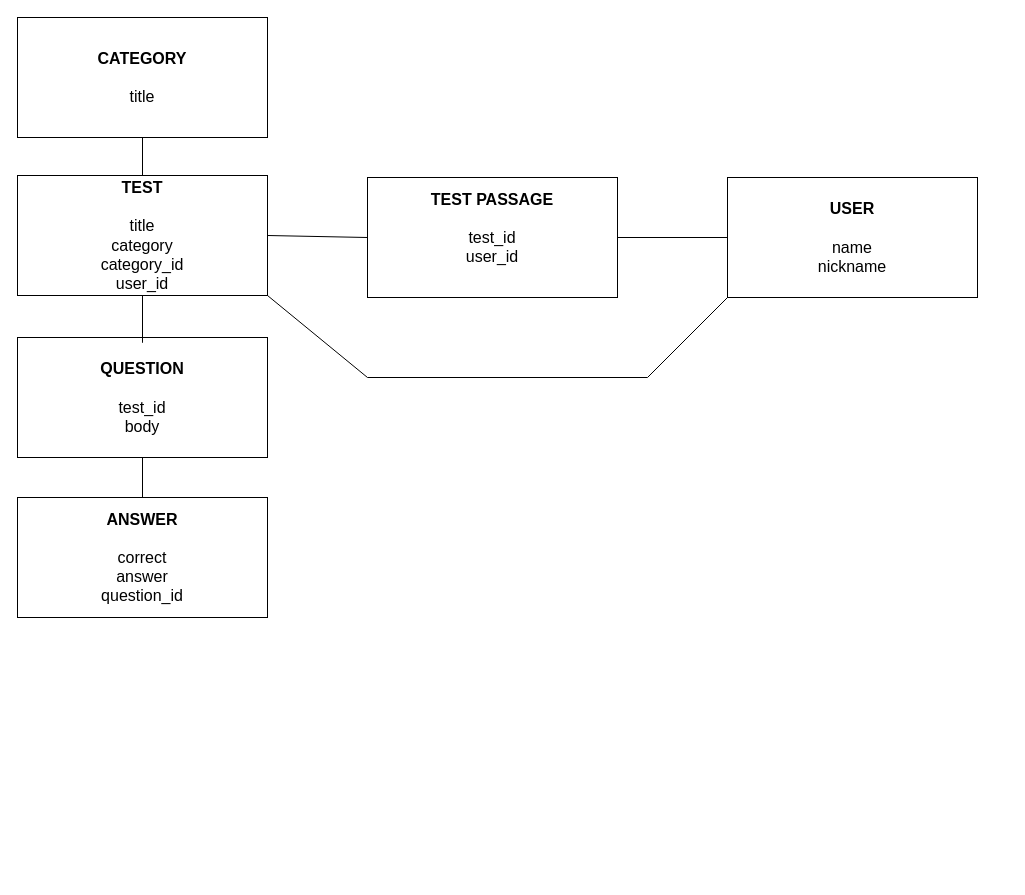
This is Untitled Diagram.drawio from Spola1/test-guru, a draw.io file, before an edit. Source tidied: cells renumbered, new cells numbered last; positions are measured from the earlier drawing's top-left corner, leaving out a move shared by most shapes. Both pictures are drawn from the tidied source at 100%, with x=0, y=0 at pixel (17, 17).
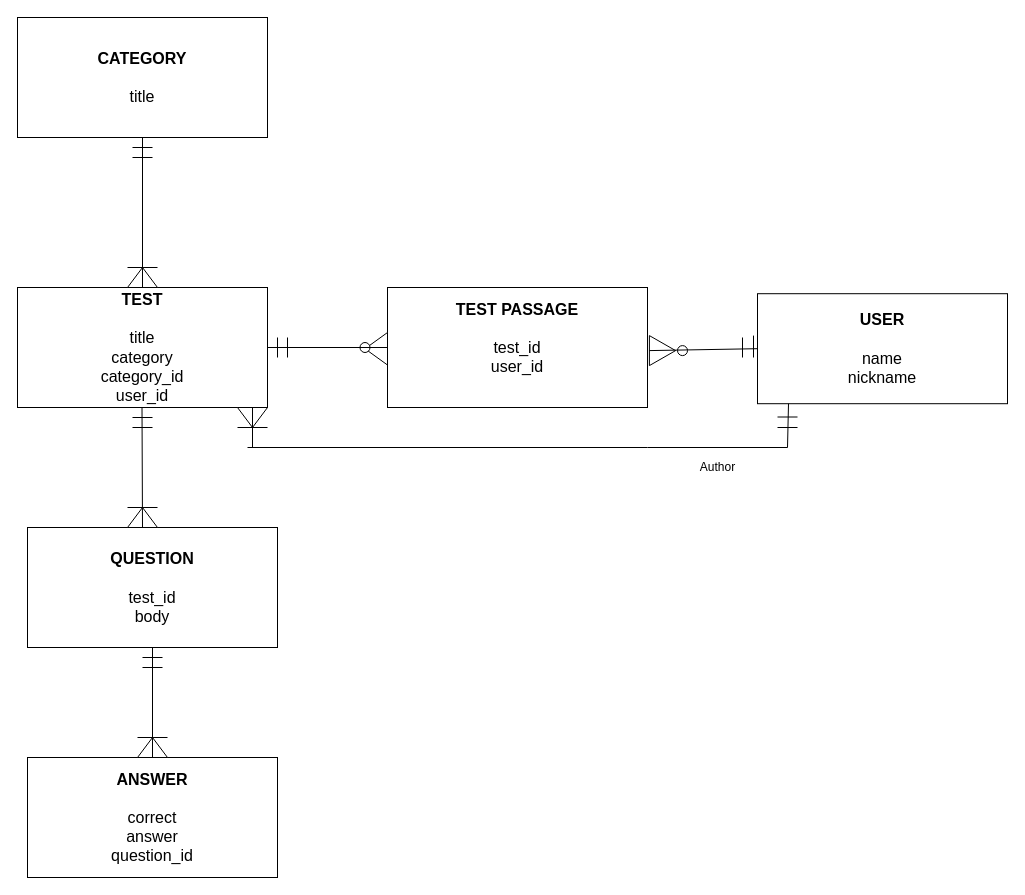
The same diagram, later.

The change refers to these unchanged cells:
```xml
<mxCell id="4" value="&lt;font style=&quot;font-size: 16px&quot;&gt;&lt;font style=&quot;font-size: 16px&quot;&gt;&lt;b&gt;CATEGORY&lt;/b&gt;&lt;br&gt;&lt;/font&gt;&lt;br&gt;&lt;font style=&quot;font-size: 16px&quot;&gt;title&lt;/font&gt;&lt;/font&gt;" style="rounded=0;whiteSpace=wrap;html=1;" parent="1" vertex="1">
  <mxGeometry width="250" height="120" as="geometry" />
</mxCell>
```

What changed in the source:
```diff
@@
     <mxCell id="2" value="&lt;font style=&quot;font-size: 16px&quot;&gt;&lt;b&gt;TEST PASSAGE&lt;/b&gt;&lt;br&gt;&lt;br&gt;test_id&lt;br&gt;user_id&lt;br&gt;&lt;br&gt;&lt;/font&gt;" style="rounded=0;whiteSpace=wrap;html=1;" parent="1" vertex="1">
-      <mxGeometry x="350" y="160" width="250" height="120" as="geometry" />
+      <mxGeometry x="370" y="270" width="260" height="120" as="geometry" />
     </mxCell>
     <mxCell id="3" value="&lt;font style=&quot;font-size: 16px&quot;&gt;&lt;span style=&quot;font-weight: bold&quot;&gt;TEST&lt;/span&gt;&lt;br&gt;&lt;br&gt;&lt;font style=&quot;font-size: 16px&quot;&gt;title&lt;br&gt;&lt;/font&gt;category&lt;br&gt;category_id&lt;br&gt;user_id&lt;br&gt;&lt;/font&gt;" style="rounded=0;whiteSpace=wrap;html=1;" parent="1" vertex="1">
-      <mxGeometry y="158" width="250" height="120" as="geometry" />
+      <mxGeometry y="270" width="250" height="120" as="geometry" />
     </mxCell>
@@
     <mxCell id="5" value="&lt;span style=&quot;font-size: 16px&quot;&gt;&lt;font style=&quot;font-size: 16px&quot;&gt;&lt;b&gt;QUESTION&lt;/b&gt;&lt;br&gt;&lt;br&gt;test_id&lt;br&gt;body&lt;br&gt;&lt;/font&gt;&lt;/span&gt;" style="rounded=0;whiteSpace=wrap;html=1;" parent="1" vertex="1">
-      <mxGeometry y="320" width="250" height="120" as="geometry" />
+      <mxGeometry x="10" y="510" width="250" height="120" as="geometry" />
     </mxCell>
     <mxCell id="6" value="&lt;font style=&quot;font-size: 16px&quot;&gt;&lt;b&gt;ANSWER&lt;/b&gt;&lt;br&gt;&lt;br&gt;correct&lt;br&gt;answer&lt;br&gt;question_id&lt;br&gt;&lt;/font&gt;" style="rounded=0;whiteSpace=wrap;html=1;" parent="1" vertex="1">
-      <mxGeometry y="480" width="250" height="120" as="geometry" />
+      <mxGeometry x="10" y="740" width="250" height="120" as="geometry" />
     </mxCell>
     <mxCell id="7" value="&lt;font style=&quot;font-size: 16px&quot;&gt;&lt;b&gt;USER&lt;/b&gt;&lt;br&gt;&lt;br&gt;name&lt;br&gt;nickname&lt;br&gt;&lt;/font&gt;" style="rounded=0;whiteSpace=wrap;html=1;" parent="1" vertex="1">
-      <mxGeometry x="710" y="160" width="250" height="120" as="geometry" />
+      <mxGeometry x="740" y="276.2" width="250" height="110" as="geometry" />
     </mxCell>
-    <mxCell id="8" style="endArrow=none;html=1;fontSize=25;entryX=0.5;entryY=1;entryDx=0;entryDy=0;exitX=0.5;exitY=0;exitDx=0;exitDy=0;" parent="1" edge="1" source="3" target="4">
-      <mxGeometry relative="1" as="geometry" />
-    </mxCell>
-    <mxCell id="9" style="endArrow=none;html=1;fontSize=25;entryX=0.5;entryY=1;entryDx=0;entryDy=0;" parent="1" edge="1" target="3">
-      <mxGeometry relative="1" as="geometry">
-        <mxPoint x="125" y="278" as="sourcePoint" />
-        <Array as="points">
-          <mxPoint x="125" y="330" />
-        </Array>
-      </mxGeometry>
-    </mxCell>
-    <mxCell id="10" style="endArrow=none;html=1;fontSize=25;entryX=0.5;entryY=1;entryDx=0;entryDy=0;exitX=0.5;exitY=0;exitDx=0;exitDy=0;" parent="1" edge="1" source="6" target="5">
-      <mxGeometry relative="1" as="geometry" />
-    </mxCell>
-    <mxCell id="11" style="endArrow=none;html=1;fontSize=25;exitX=1;exitY=0.5;exitDx=0;exitDy=0;entryX=0;entryY=0.5;entryDx=0;entryDy=0;" parent="1" edge="1" source="3" target="2">
-      <mxGeometry relative="1" as="geometry" />
-    </mxCell>
-    <mxCell id="12" style="endArrow=none;html=1;fontSize=25;exitX=1;exitY=0.5;exitDx=0;exitDy=0;entryX=0;entryY=0.5;entryDx=0;entryDy=0;" parent="1" edge="1" source="2" target="7">
-      <mxGeometry relative="1" as="geometry" />
-    </mxCell>
-    <mxCell id="13" style="endArrow=none;html=1;fontSize=25;entryX=1;entryY=1;entryDx=0;entryDy=0;" parent="1" edge="1" target="3">
-      <mxGeometry relative="1" as="geometry">
-        <mxPoint x="350" y="360" as="sourcePoint" />
-      </mxGeometry>
-    </mxCell>
     <mxCell id="14" style="endArrow=none;html=1;fontSize=25;" parent="1" edge="1">
       <mxGeometry relative="1" as="geometry">
-        <mxPoint x="350" y="360" as="sourcePoint" />
-        <mxPoint x="630" y="360" as="targetPoint" />
+        <mxPoint x="230" y="430" as="sourcePoint" />
+        <mxPoint x="630" y="430" as="targetPoint" />
       </mxGeometry>
     </mxCell>
-    <mxCell id="15" style="endArrow=none;html=1;fontSize=25;entryX=0;entryY=1;entryDx=0;entryDy=0;" parent="1" edge="1" target="7">
+    <mxCell id="15" style="endArrow=none;html=1;fontSize=25;" parent="1" edge="1">
       <mxGeometry relative="1" as="geometry">
-        <mxPoint x="630" y="360" as="sourcePoint" />
+        <mxPoint x="630" y="430" as="sourcePoint" />
+        <mxPoint x="770" y="430" as="targetPoint" />
       </mxGeometry>
     </mxCell>
+    <mxCell id="16" style="endArrow=none;html=1;" parent="1" edge="1">
+      <mxGeometry relative="1" as="geometry">
+        <mxPoint x="115" y="140" as="sourcePoint" />
+        <mxPoint x="135" y="140" as="targetPoint" />
+      </mxGeometry>
+    </mxCell>
+    <mxCell id="17" style="endArrow=none;html=1;" parent="1" edge="1">
+      <mxGeometry relative="1" as="geometry">
+        <mxPoint x="115" y="130" as="sourcePoint" />
+        <mxPoint x="135" y="130" as="targetPoint" />
+      </mxGeometry>
+    </mxCell>
+    <mxCell id="18" style="verticalLabelPosition=bottom;verticalAlign=top;html=1;shape=mxgraph.basic.acute_triangle;dx=0.5;" parent="1" vertex="1">
+      <mxGeometry x="110" y="250" width="30" height="20" as="geometry" />
+    </mxCell>
+    <mxCell id="19" style="endArrow=none;html=1;entryX=0.5;entryY=1;entryDx=0;entryDy=0;exitX=0.5;exitY=1;exitDx=0;exitDy=0;exitPerimeter=0;" parent="1" edge="1" source="18" target="4">
+      <mxGeometry relative="1" as="geometry" />
+    </mxCell>
+    <mxCell id="20" style="endArrow=none;html=1;" parent="1" edge="1">
+      <mxGeometry relative="1" as="geometry">
+        <mxPoint x="140" y="250" as="sourcePoint" />
+        <mxPoint x="110" y="250" as="targetPoint" />
+      </mxGeometry>
+    </mxCell>
+    <mxCell id="21" style="endArrow=none;html=1;" parent="1" edge="1">
+      <mxGeometry relative="1" as="geometry">
+        <mxPoint x="115" y="400" as="sourcePoint" />
+        <mxPoint x="135" y="400" as="targetPoint" />
+      </mxGeometry>
+    </mxCell>
+    <mxCell id="22" style="endArrow=none;html=1;" parent="1" edge="1">
+      <mxGeometry relative="1" as="geometry">
+        <mxPoint x="115" y="410" as="sourcePoint" />
+        <mxPoint x="135" y="410" as="targetPoint" />
+      </mxGeometry>
+    </mxCell>
+    <mxCell id="23" style="verticalLabelPosition=bottom;verticalAlign=top;html=1;shape=mxgraph.basic.acute_triangle;dx=0.5;" parent="1" vertex="1">
+      <mxGeometry x="110" y="490" width="30" height="20" as="geometry" />
+    </mxCell>
+    <mxCell id="24" style="endArrow=none;html=1;entryX=0.5;entryY=1;entryDx=0;entryDy=0;" parent="1" edge="1" target="23">
+      <mxGeometry relative="1" as="geometry">
+        <mxPoint x="125" y="510" as="sourcePoint" />
+      </mxGeometry>
+    </mxCell>
+    <mxCell id="25" style="endArrow=none;html=1;entryX=0.5;entryY=1;entryDx=0;entryDy=0;exitX=0.5;exitY=1;exitDx=0;exitDy=0;exitPerimeter=0;" parent="1" edge="1" source="23">
+      <mxGeometry relative="1" as="geometry">
+        <mxPoint x="124.5" y="390" as="targetPoint" />
+      </mxGeometry>
+    </mxCell>
+    <mxCell id="26" style="endArrow=none;html=1;" parent="1" edge="1">
+      <mxGeometry relative="1" as="geometry">
+        <mxPoint x="140" y="490" as="sourcePoint" />
+        <mxPoint x="110" y="490" as="targetPoint" />
+      </mxGeometry>
+    </mxCell>
+    <mxCell id="27" style="verticalLabelPosition=bottom;verticalAlign=top;html=1;shape=mxgraph.basic.acute_triangle;dx=0.5;" parent="1" vertex="1">
+      <mxGeometry x="120" y="720" width="30" height="20" as="geometry" />
+    </mxCell>
+    <mxCell id="28" style="endArrow=none;html=1;entryX=0.5;entryY=0;entryDx=0;entryDy=0;exitX=0.5;exitY=1;exitDx=0;exitDy=0;" parent="1" edge="1" source="5" target="6">
+      <mxGeometry relative="1" as="geometry" />
+    </mxCell>
+    <mxCell id="29" style="endArrow=none;html=1;" parent="1" edge="1">
+      <mxGeometry relative="1" as="geometry">
+        <mxPoint x="150" y="720" as="sourcePoint" />
+        <mxPoint x="120" y="720" as="targetPoint" />
+      </mxGeometry>
+    </mxCell>
+    <mxCell id="30" style="endArrow=none;html=1;" parent="1" edge="1">
+      <mxGeometry relative="1" as="geometry">
+        <mxPoint x="125" y="640" as="sourcePoint" />
+        <mxPoint x="145" y="640" as="targetPoint" />
+      </mxGeometry>
+    </mxCell>
+    <mxCell id="31" style="endArrow=none;html=1;" parent="1" edge="1">
+      <mxGeometry relative="1" as="geometry">
+        <mxPoint x="125" y="650" as="sourcePoint" />
+        <mxPoint x="145" y="650" as="targetPoint" />
+      </mxGeometry>
+    </mxCell>
+    <mxCell id="32" style="endArrow=none;html=1;exitX=0.124;exitY=1;exitDx=0;exitDy=0;exitPerimeter=0;" parent="1" edge="1" source="7">
+      <mxGeometry relative="1" as="geometry">
+        <mxPoint x="770" y="430" as="targetPoint" />
+      </mxGeometry>
+    </mxCell>
+    <mxCell id="33" style="verticalLabelPosition=bottom;verticalAlign=top;html=1;shape=mxgraph.basic.acute_triangle;dx=0.5;rotation=-180;" parent="1" vertex="1">
+      <mxGeometry x="220" y="390" width="30" height="20" as="geometry" />
+    </mxCell>
+    <mxCell id="13" style="endArrow=none;html=1;fontSize=25;entryX=0.5;entryY=1;entryDx=0;entryDy=0;entryPerimeter=0;" parent="1" edge="1" target="33">
+      <mxGeometry relative="1" as="geometry">
+        <mxPoint x="235" y="430" as="sourcePoint" />
+      </mxGeometry>
+    </mxCell>
+    <mxCell id="34" style="endArrow=none;html=1;" parent="1" edge="1">
+      <mxGeometry relative="1" as="geometry">
+        <mxPoint x="250" y="410" as="sourcePoint" />
+        <mxPoint x="220" y="410" as="targetPoint" />
+      </mxGeometry>
+    </mxCell>
+    <mxCell id="35" style="endArrow=none;html=1;" parent="1" edge="1">
+      <mxGeometry relative="1" as="geometry">
+        <mxPoint x="760" y="399.5" as="sourcePoint" />
+        <mxPoint x="780" y="399.5" as="targetPoint" />
+      </mxGeometry>
+    </mxCell>
+    <mxCell id="36" style="endArrow=none;html=1;" parent="1" edge="1">
+      <mxGeometry relative="1" as="geometry">
+        <mxPoint x="760" y="410" as="sourcePoint" />
+        <mxPoint x="780" y="410" as="targetPoint" />
+      </mxGeometry>
+    </mxCell>
+    <mxCell id="37" value="Author" style="text;html=1;align=center;verticalAlign=middle;" parent="1" vertex="1">
+      <mxGeometry x="675" y="440" width="50" height="20" as="geometry" />
+    </mxCell>
+    <mxCell id="38" style="verticalLabelPosition=bottom;verticalAlign=top;html=1;shape=mxgraph.basic.acute_triangle;dx=0.5;rotation=-90;" parent="1" vertex="1">
+      <mxGeometry x="342.5" y="320" width="32.5" height="22.5" as="geometry" />
+    </mxCell>
+    <mxCell id="39" style="ellipse;whiteSpace=wrap;html=1;" parent="1" vertex="1">
+      <mxGeometry x="342.5" y="325" width="10" height="10" as="geometry" />
+    </mxCell>
+    <mxCell id="40" style="endArrow=none;html=1;" parent="1" edge="1">
+      <mxGeometry relative="1" as="geometry">
+        <mxPoint x="260" y="340" as="sourcePoint" />
+        <mxPoint x="260" y="320" as="targetPoint" />
+      </mxGeometry>
+    </mxCell>
+    <mxCell id="41" style="endArrow=none;html=1;" parent="1" edge="1">
+      <mxGeometry relative="1" as="geometry">
+        <mxPoint x="270" y="340" as="sourcePoint" />
+        <mxPoint x="270" y="320" as="targetPoint" />
+      </mxGeometry>
+    </mxCell>
+    <mxCell id="42" style="verticalLabelPosition=bottom;verticalAlign=top;html=1;shape=mxgraph.basic.acute_triangle;dx=0.5;rotation=90;" parent="1" vertex="1">
+      <mxGeometry x="630" y="320" width="30" height="26.2" as="geometry" />
+    </mxCell>
+    <mxCell id="43" style="ellipse;whiteSpace=wrap;html=1;" parent="1" vertex="1">
+      <mxGeometry x="660" y="328.1" width="10" height="10" as="geometry" />
+    </mxCell>
+    <mxCell id="44" style="endArrow=none;html=1;" parent="1" edge="1">
+      <mxGeometry relative="1" as="geometry">
+        <mxPoint x="736" y="340" as="sourcePoint" />
+        <mxPoint x="736" y="318.1" as="targetPoint" />
+      </mxGeometry>
+    </mxCell>
+    <mxCell id="45" style="endArrow=none;html=1;" parent="1" edge="1">
+      <mxGeometry relative="1" as="geometry">
+        <mxPoint x="725" y="340" as="sourcePoint" />
+        <mxPoint x="725" y="320" as="targetPoint" />
+      </mxGeometry>
+    </mxCell>
+    <mxCell id="46" style="endArrow=none;html=1;entryX=0;entryY=0.5;entryDx=0;entryDy=0;exitX=0.5;exitY=1;exitDx=0;exitDy=0;exitPerimeter=0;" parent="1" edge="1" source="42" target="7">
+      <mxGeometry relative="1" as="geometry" />
+    </mxCell>
+    <mxCell id="47" style="endArrow=none;html=1;entryX=1;entryY=0.5;entryDx=0;entryDy=0;" parent="1" edge="1" source="2" target="3">
+      <mxGeometry relative="1" as="geometry" />
+    </mxCell>
```
